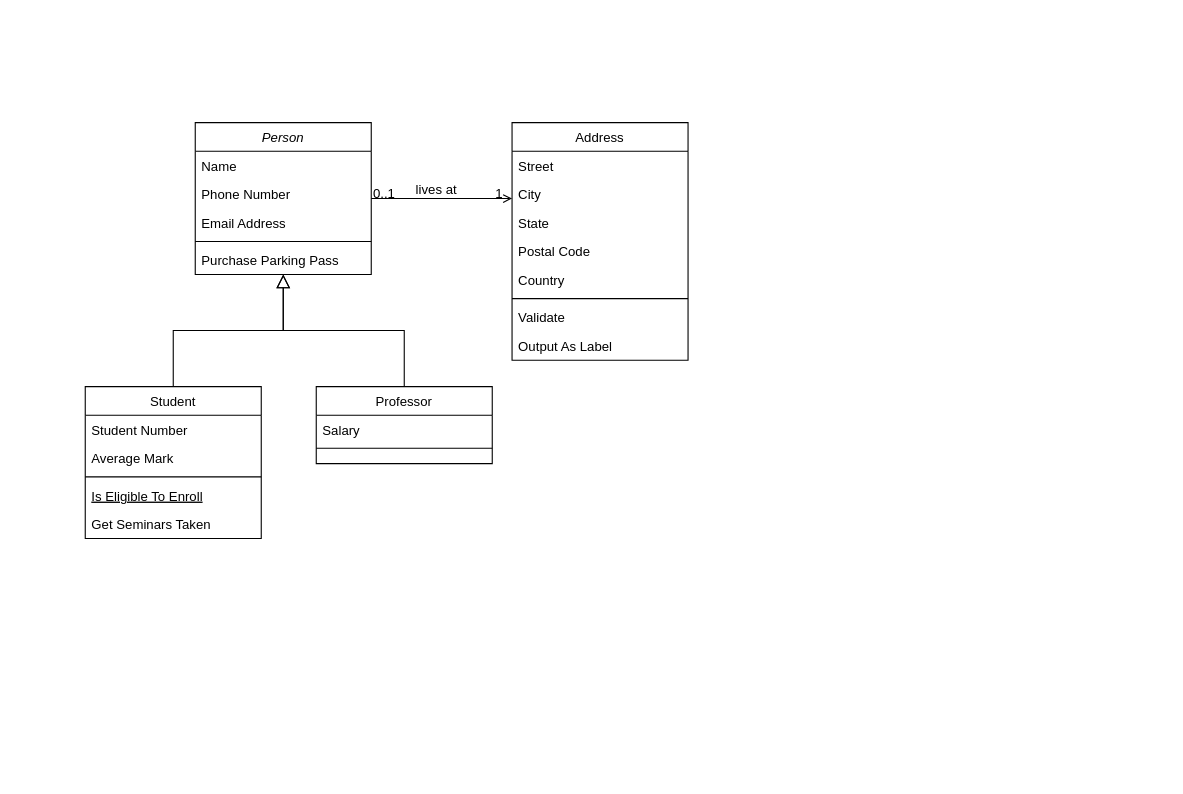
engelInes/University-Projects keeps this draw.io diagram as 4th Semester/Software Engineering/Untitled Diagram.drawio. Above is the earlier version. Source tidied: cells renumbered, new cells numbered last; positions are measured from the earlier drawing's top-left corner, leaving out a move shared by most shapes. Both pictures are drawn from the tidied source at 110%, with x=0, y=0 at pixel (85, 122).
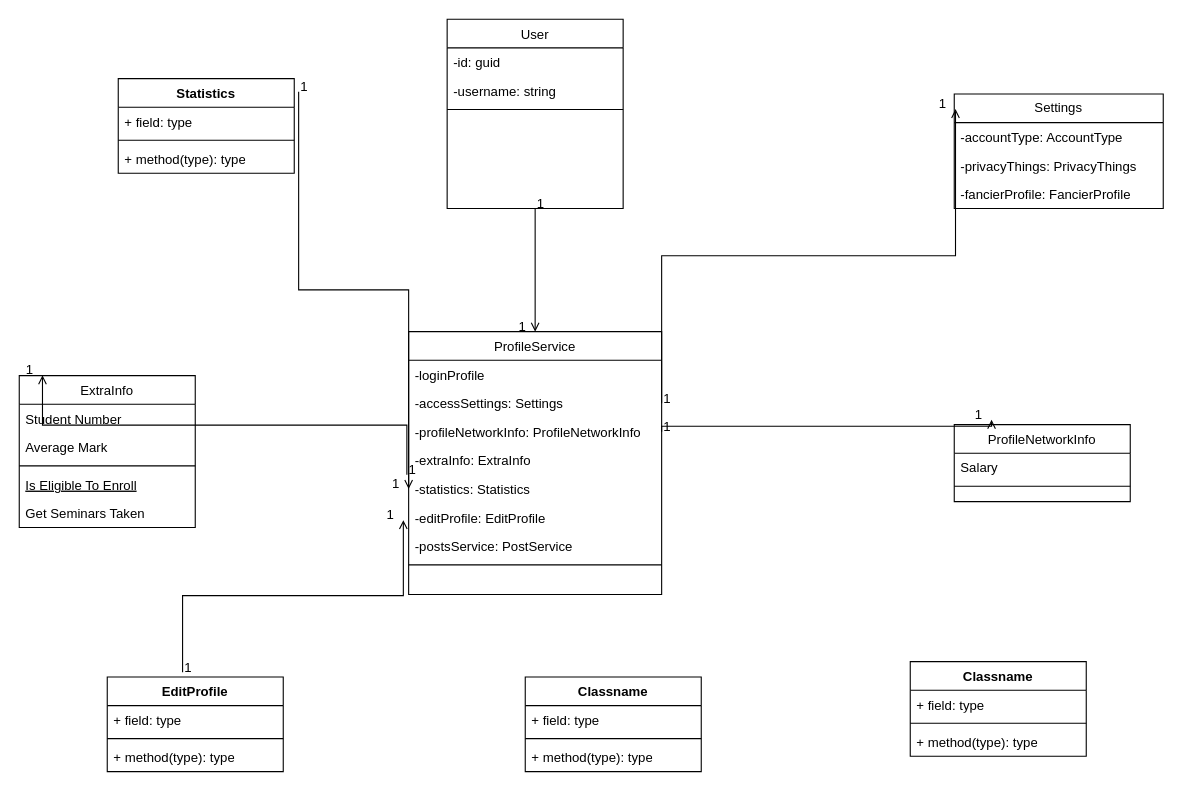
The same page after the edit.

The change refers to these unchanged cells:
```xml
<mxCell id="28" style="endArrow=open;shadow=0;strokeWidth=1;rounded=0;curved=0;endFill=1;edgeStyle=elbowEdgeStyle;elbow=vertical;" parent="1" edge="1" source="2" target="19">
  <mxGeometry x="0.5" y="41" relative="1" as="geometry">
    <mxPoint x="-40" y="32" as="offset" />
  </mxGeometry>
</mxCell>
```

Change to the diagram source:
```diff
@@
-    <mxCell id="2" value="Person" style="swimlane;fontStyle=2;align=center;verticalAlign=top;horizontal=1;startSize=26;rounded=0;shadow=0;strokeWidth=1;" parent="1" vertex="1">
-      <mxGeometry x="100" width="160" height="138" as="geometry" />
+    <mxCell id="2" value="User" style="swimlane;fontStyle=0;align=center;verticalAlign=top;horizontal=1;startSize=26;rounded=0;shadow=0;strokeWidth=1;" parent="1" vertex="1">
+      <mxGeometry x="329" y="-94" width="160" height="172" as="geometry" />
     </mxCell>
-    <mxCell id="3" value="Name" style="text;align=left;verticalAlign=top;spacingLeft=4;spacingRight=4;overflow=hidden;" parent="2" vertex="1">
+    <mxCell id="3" value="-id: guid" style="text;align=left;verticalAlign=top;spacingLeft=4;spacingRight=4;overflow=hidden;" parent="2" vertex="1">
       <mxGeometry y="26" width="160" height="26" as="geometry" />
     </mxCell>
-    <mxCell id="4" value="Phone Number" style="text;align=left;verticalAlign=top;spacingLeft=4;spacingRight=4;overflow=hidden;rounded=0;shadow=0;html=0;" parent="2" vertex="1">
+    <mxCell id="4" value="-username: string" style="text;align=left;verticalAlign=top;spacingLeft=4;spacingRight=4;overflow=hidden;rounded=0;shadow=0;html=0;" parent="2" vertex="1">
       <mxGeometry y="52" width="160" height="26" as="geometry" />
     </mxCell>
-    <mxCell id="5" value="Email Address" style="text;align=left;verticalAlign=top;spacingLeft=4;spacingRight=4;overflow=hidden;rounded=0;shadow=0;html=0;" parent="2" vertex="1">
-      <mxGeometry y="78" width="160" height="26" as="geometry" />
-    </mxCell>
     <mxCell id="6" style="line;html=1;strokeWidth=1;align=left;verticalAlign=middle;spacingTop=-1;spacingLeft=3;spacingRight=3;labelPosition=right;" parent="2" vertex="1">
-      <mxGeometry y="104" width="160" height="8" as="geometry" />
+      <mxGeometry y="78" width="160" height="8" as="geometry" />
     </mxCell>
-    <mxCell id="7" value="Purchase Parking Pass" style="text;align=left;verticalAlign=top;spacingLeft=4;spacingRight=4;overflow=hidden;" parent="2" vertex="1">
-      <mxGeometry y="112" width="160" height="26" as="geometry" />
-    </mxCell>
-    <mxCell id="8" value="Student" style="swimlane;fontStyle=0;align=center;verticalAlign=top;horizontal=1;startSize=26;rounded=0;shadow=0;strokeWidth=1;" parent="1" vertex="1">
-      <mxGeometry y="240" width="160" height="138" as="geometry" />
+    <mxCell id="8" value="ExtraInfo&#10;" style="swimlane;fontStyle=0;align=center;verticalAlign=top;horizontal=1;startSize=26;rounded=0;shadow=0;strokeWidth=1;" parent="1" vertex="1">
+      <mxGeometry x="-60" y="230" width="160" height="138" as="geometry" />
     </mxCell>
@@
-    <mxCell id="14" style="endArrow=block;endSize=10;endFill=0;shadow=0;strokeWidth=1;rounded=0;curved=0;edgeStyle=elbowEdgeStyle;elbow=vertical;" parent="1" edge="1" source="8" target="2">
-      <mxGeometry relative="1" as="geometry" />
-    </mxCell>
-    <mxCell id="15" value="Professor" style="swimlane;fontStyle=0;align=center;verticalAlign=top;horizontal=1;startSize=26;rounded=0;shadow=0;strokeWidth=1;" parent="1" vertex="1">
-      <mxGeometry x="210" y="240" width="160" height="70" as="geometry" />
+    <mxCell id="15" value="ProfileNetworkInfo" style="swimlane;fontStyle=0;align=center;verticalAlign=top;horizontal=1;startSize=26;rounded=0;shadow=0;strokeWidth=1;" parent="1" vertex="1">
+      <mxGeometry x="790" y="274.5" width="160" height="70" as="geometry" />
     </mxCell>
@@
-    <mxCell id="18" style="endArrow=block;endSize=10;endFill=0;shadow=0;strokeWidth=1;rounded=0;curved=0;edgeStyle=elbowEdgeStyle;elbow=vertical;" parent="1" edge="1" source="15" target="2">
-      <mxGeometry relative="1" as="geometry" />
-    </mxCell>
-    <mxCell id="19" value="Address" style="swimlane;fontStyle=0;align=center;verticalAlign=top;horizontal=1;startSize=26;rounded=0;shadow=0;strokeWidth=1;" parent="1" vertex="1">
-      <mxGeometry x="388" width="160" height="216" as="geometry" />
+    <mxCell id="19" value="ProfileService" style="swimlane;fontStyle=0;align=center;verticalAlign=top;horizontal=1;startSize=26;rounded=0;shadow=0;strokeWidth=1;" parent="1" vertex="1">
+      <mxGeometry x="294" y="190" width="230" height="239" as="geometry" />
     </mxCell>
-    <mxCell id="20" value="Street" style="text;align=left;verticalAlign=top;spacingLeft=4;spacingRight=4;overflow=hidden;" parent="19" vertex="1">
-      <mxGeometry y="26" width="160" height="26" as="geometry" />
-    </mxCell>
+    <mxCell id="23" value="-loginProfile" style="text;align=left;verticalAlign=top;spacingLeft=4;spacingRight=4;overflow=hidden;rounded=0;shadow=0;html=0;" parent="19" vertex="1">
+      <mxGeometry y="26" width="230" height="26" as="geometry" />
+    </mxCell>
+    <mxCell id="22" value="-accessSettings: Settings" style="text;align=left;verticalAlign=top;spacingLeft=4;spacingRight=4;overflow=hidden;points=[[0,0.5],[1,0.5]];portConstraint=eastwest;rounded=0;shadow=0;html=0;" parent="19" vertex="1">
+      <mxGeometry y="52" width="230" height="26" as="geometry" />
+    </mxCell>
-    <mxCell id="21" value="City" style="text;align=left;verticalAlign=top;spacingLeft=4;spacingRight=4;overflow=hidden;points=[[0,0.5],[1,0.5]];portConstraint=eastwest;rounded=0;shadow=0;html=0;" parent="19" vertex="1">
-      <mxGeometry y="52" width="160" height="26" as="geometry" />
+    <mxCell id="21" value="-profileNetworkInfo: ProfileNetworkInfo" style="text;align=left;verticalAlign=top;spacingLeft=4;spacingRight=4;overflow=hidden;points=[[0,0.5],[1,0.5]];portConstraint=eastwest;rounded=0;shadow=0;html=0;" parent="19" vertex="1">
+      <mxGeometry y="78" width="230" height="26" as="geometry" />
     </mxCell>
-    <mxCell id="22" value="State" style="text;align=left;verticalAlign=top;spacingLeft=4;spacingRight=4;overflow=hidden;points=[[0,0.5],[1,0.5]];portConstraint=eastwest;rounded=0;shadow=0;html=0;" parent="19" vertex="1">
-      <mxGeometry y="78" width="160" height="26" as="geometry" />
-    </mxCell>
-    <mxCell id="23" value="Postal Code" style="text;align=left;verticalAlign=top;spacingLeft=4;spacingRight=4;overflow=hidden;rounded=0;shadow=0;html=0;" parent="19" vertex="1">
-      <mxGeometry y="104" width="160" height="26" as="geometry" />
-    </mxCell>
-    <mxCell id="24" value="Country" style="text;align=left;verticalAlign=top;spacingLeft=4;spacingRight=4;overflow=hidden;rounded=0;shadow=0;html=0;" parent="19" vertex="1">
-      <mxGeometry y="130" width="160" height="26" as="geometry" />
-    </mxCell>
+    <mxCell id="32" value="-extraInfo: ExtraInfo" style="text;strokeColor=none;fillColor=none;align=left;verticalAlign=top;spacingLeft=4;spacingRight=4;overflow=hidden;points=[[0,0.5],[1,0.5]];portConstraint=eastwest;whiteSpace=wrap;html=1;" parent="19" vertex="1">
+      <mxGeometry y="104" width="230" height="26" as="geometry" />
+    </mxCell>
+    <mxCell id="33" value="-statistics: Statistics" style="text;strokeColor=none;fillColor=none;align=left;verticalAlign=top;spacingLeft=4;spacingRight=4;overflow=hidden;points=[[0,0.5],[1,0.5]];portConstraint=eastwest;whiteSpace=wrap;html=1;" parent="19" vertex="1">
+      <mxGeometry y="130" width="230" height="26" as="geometry" />
+    </mxCell>
+    <mxCell id="34" value="-editProfile: EditProfile" style="text;strokeColor=none;fillColor=none;align=left;verticalAlign=top;spacingLeft=4;spacingRight=4;overflow=hidden;points=[[0,0.5],[1,0.5]];portConstraint=eastwest;whiteSpace=wrap;html=1;" parent="19" vertex="1">
+      <mxGeometry y="156" width="230" height="26" as="geometry" />
+    </mxCell>
+    <mxCell id="35" value="-postsService: PostService" style="text;strokeColor=none;fillColor=none;align=left;verticalAlign=top;spacingLeft=4;spacingRight=4;overflow=hidden;whiteSpace=wrap;html=1;" parent="19" vertex="1">
+      <mxGeometry y="182" width="230" height="26" as="geometry" />
+    </mxCell>
     <mxCell id="25" style="line;html=1;strokeWidth=1;align=left;verticalAlign=middle;spacingTop=-1;spacingLeft=3;spacingRight=3;labelPosition=right;" parent="19" vertex="1">
-      <mxGeometry y="156" width="160" height="8" as="geometry" />
+      <mxGeometry y="208" width="230" height="8" as="geometry" />
     </mxCell>
-    <mxCell id="26" value="Validate" style="text;align=left;verticalAlign=top;spacingLeft=4;spacingRight=4;overflow=hidden;" parent="19" vertex="1">
-      <mxGeometry y="164" width="160" height="26" as="geometry" />
-    </mxCell>
-    <mxCell id="27" value="Output As Label" style="text;align=left;verticalAlign=top;spacingLeft=4;spacingRight=4;overflow=hidden;" parent="19" vertex="1">
-      <mxGeometry y="190" width="160" height="26" as="geometry" />
-    </mxCell>
@@
-    <mxCell id="29" value="0..1" style="align=left;verticalAlign=bottom;labelBackgroundColor=none;fontSize=12;" parent="28" vertex="1">
+    <mxCell id="29" value="1" style="align=left;verticalAlign=bottom;labelBackgroundColor=none;fontSize=12;" parent="28" vertex="1">
       <mxGeometry x="-1" relative="1" as="geometry">
         <mxPoint y="4" as="offset" />
       </mxGeometry>
     </mxCell>
@@
-    <mxCell id="31" value="lives at" style="text;html=1;align=center;verticalAlign=middle;labelBackgroundColor=none;rounded=0;shadow=0;strokeWidth=1;fontSize=12;" parent="28" vertex="1">
-      <mxGeometry x="0.5" y="49" relative="1" as="geometry">
-        <mxPoint x="-38" y="40" as="offset" />
-      </mxGeometry>
-    </mxCell>
+    <mxCell id="36" value="Settings" style="swimlane;fontStyle=0;horizontal=1;startSize=26;fillColor=none;whiteSpace=wrap;html=1;" parent="1" vertex="1">
+      <mxGeometry x="790" y="-26" width="190" height="104" as="geometry" />
+    </mxCell>
+    <mxCell id="37" value="-accountType: AccountType" style="text;strokeColor=none;fillColor=none;align=left;verticalAlign=top;spacingLeft=4;spacingRight=4;overflow=hidden;whiteSpace=wrap;html=1;" parent="36" vertex="1">
+      <mxGeometry y="26" width="190" height="26" as="geometry" />
+    </mxCell>
+    <mxCell id="38" value="-privacyThings: PrivacyThings" style="text;strokeColor=none;fillColor=none;align=left;verticalAlign=top;spacingLeft=4;spacingRight=4;overflow=hidden;whiteSpace=wrap;html=1;" parent="36" vertex="1">
+      <mxGeometry y="52" width="190" height="26" as="geometry" />
+    </mxCell>
+    <mxCell id="39" value="-fancierProfile: FancierProfile" style="text;strokeColor=none;fillColor=none;align=left;verticalAlign=top;spacingLeft=4;spacingRight=4;overflow=hidden;whiteSpace=wrap;html=1;" parent="36" vertex="1">
+      <mxGeometry y="78" width="190" height="26" as="geometry" />
+    </mxCell>
+    <mxCell id="40" style="endArrow=open;shadow=0;strokeWidth=1;rounded=0;curved=0;endFill=1;edgeStyle=elbowEdgeStyle;elbow=vertical;exitX=1;exitY=0.5;exitDx=0;exitDy=0;entryX=0.006;entryY=0.131;entryDx=0;entryDy=0;entryPerimeter=0;" parent="1" edge="1" source="22" target="36">
+      <mxGeometry x="0.5" y="41" relative="1" as="geometry">
+        <mxPoint x="-40" y="32" as="offset" />
+      </mxGeometry>
+    </mxCell>
+    <mxCell id="41" value="1" style="align=left;verticalAlign=bottom;labelBackgroundColor=none;fontSize=12;" parent="40" vertex="1">
+      <mxGeometry x="-1" relative="1" as="geometry">
+        <mxPoint y="4" as="offset" />
+      </mxGeometry>
+    </mxCell>
+    <mxCell id="42" value="1" style="align=right;verticalAlign=bottom;labelBackgroundColor=none;fontSize=12;" parent="40" vertex="1">
+      <mxGeometry x="1" relative="1" as="geometry">
+        <mxPoint x="-7" y="4" as="offset" />
+      </mxGeometry>
+    </mxCell>
+    <mxCell id="43" style="endArrow=open;shadow=0;strokeWidth=1;rounded=0;curved=0;endFill=1;edgeStyle=elbowEdgeStyle;elbow=vertical;exitX=1;exitY=0.5;exitDx=0;exitDy=0;entryX=0.212;entryY=-0.062;entryDx=0;entryDy=0;entryPerimeter=0;" parent="1" edge="1" source="21" target="15">
+      <mxGeometry x="0.5" y="41" relative="1" as="geometry">
+        <mxPoint x="-40" y="32" as="offset" />
+      </mxGeometry>
+    </mxCell>
+    <mxCell id="44" value="1" style="align=left;verticalAlign=bottom;labelBackgroundColor=none;fontSize=12;" parent="43" vertex="1">
+      <mxGeometry x="-1" relative="1" as="geometry">
+        <mxPoint y="4" as="offset" />
+      </mxGeometry>
+    </mxCell>
+    <mxCell id="45" value="1" style="align=right;verticalAlign=bottom;labelBackgroundColor=none;fontSize=12;" parent="43" vertex="1">
+      <mxGeometry x="1" relative="1" as="geometry">
+        <mxPoint x="-7" y="4" as="offset" />
+      </mxGeometry>
+    </mxCell>
+    <mxCell id="46" style="endArrow=open;shadow=0;strokeWidth=1;rounded=0;curved=0;endFill=1;edgeStyle=elbowEdgeStyle;elbow=vertical;exitX=-0.007;exitY=1;exitDx=0;exitDy=0;entryX=0.132;entryY=-0.002;entryDx=0;entryDy=0;entryPerimeter=0;exitPerimeter=0;" parent="1" edge="1" source="32" target="8">
+      <mxGeometry x="0.5" y="41" relative="1" as="geometry">
+        <mxPoint x="-40" y="32" as="offset" />
+      </mxGeometry>
+    </mxCell>
+    <mxCell id="47" value="1" style="align=left;verticalAlign=bottom;labelBackgroundColor=none;fontSize=12;" parent="46" vertex="1">
+      <mxGeometry x="-1" relative="1" as="geometry">
+        <mxPoint y="4" as="offset" />
+      </mxGeometry>
+    </mxCell>
+    <mxCell id="48" value="1" style="align=right;verticalAlign=bottom;labelBackgroundColor=none;fontSize=12;" parent="46" vertex="1">
+      <mxGeometry x="1" relative="1" as="geometry">
+        <mxPoint x="-7" y="4" as="offset" />
+      </mxGeometry>
+    </mxCell>
+    <mxCell id="49" value="EditProfile" style="swimlane;fontStyle=1;align=center;verticalAlign=top;horizontal=1;startSize=26;whiteSpace=wrap;html=1;" parent="1" vertex="1">
+      <mxGeometry x="20" y="504" width="160" height="86" as="geometry" />
+    </mxCell>
+    <mxCell id="50" value="+ field: type" style="text;strokeColor=none;fillColor=none;align=left;verticalAlign=top;spacingLeft=4;spacingRight=4;overflow=hidden;whiteSpace=wrap;html=1;" parent="49" vertex="1">
+      <mxGeometry y="26" width="160" height="26" as="geometry" />
+    </mxCell>
+    <mxCell id="51" style="line;strokeWidth=1;fillColor=none;align=left;verticalAlign=middle;spacingTop=-1;spacingLeft=3;spacingRight=3;labelPosition=right;strokeColor=inherit;" parent="49" vertex="1">
+      <mxGeometry y="52" width="160" height="8" as="geometry" />
+    </mxCell>
+    <mxCell id="52" value="+ method(type): type" style="text;strokeColor=none;fillColor=none;align=left;verticalAlign=top;spacingLeft=4;spacingRight=4;overflow=hidden;whiteSpace=wrap;html=1;" parent="49" vertex="1">
+      <mxGeometry y="60" width="160" height="26" as="geometry" />
+    </mxCell>
+    <mxCell id="53" value="Classname" style="swimlane;fontStyle=1;align=center;verticalAlign=top;horizontal=1;startSize=26;whiteSpace=wrap;html=1;" parent="1" vertex="1">
+      <mxGeometry x="400" y="504" width="160" height="86" as="geometry" />
+    </mxCell>
+    <mxCell id="54" value="+ field: type" style="text;strokeColor=none;fillColor=none;align=left;verticalAlign=top;spacingLeft=4;spacingRight=4;overflow=hidden;whiteSpace=wrap;html=1;" parent="53" vertex="1">
+      <mxGeometry y="26" width="160" height="26" as="geometry" />
+    </mxCell>
+    <mxCell id="55" style="line;strokeWidth=1;fillColor=none;align=left;verticalAlign=middle;spacingTop=-1;spacingLeft=3;spacingRight=3;labelPosition=right;strokeColor=inherit;" parent="53" vertex="1">
+      <mxGeometry y="52" width="160" height="8" as="geometry" />
+    </mxCell>
+    <mxCell id="56" value="+ method(type): type" style="text;strokeColor=none;fillColor=none;align=left;verticalAlign=top;spacingLeft=4;spacingRight=4;overflow=hidden;whiteSpace=wrap;html=1;" parent="53" vertex="1">
+      <mxGeometry y="60" width="160" height="26" as="geometry" />
+    </mxCell>
+    <mxCell id="57" value="Classname" style="swimlane;fontStyle=1;align=center;verticalAlign=top;horizontal=1;startSize=26;whiteSpace=wrap;html=1;" parent="1" vertex="1">
+      <mxGeometry x="750" y="490" width="160" height="86" as="geometry" />
+    </mxCell>
+    <mxCell id="58" value="+ field: type" style="text;strokeColor=none;fillColor=none;align=left;verticalAlign=top;spacingLeft=4;spacingRight=4;overflow=hidden;whiteSpace=wrap;html=1;" parent="57" vertex="1">
+      <mxGeometry y="26" width="160" height="26" as="geometry" />
+    </mxCell>
+    <mxCell id="59" style="line;strokeWidth=1;fillColor=none;align=left;verticalAlign=middle;spacingTop=-1;spacingLeft=3;spacingRight=3;labelPosition=right;strokeColor=inherit;" parent="57" vertex="1">
+      <mxGeometry y="52" width="160" height="8" as="geometry" />
+    </mxCell>
+    <mxCell id="60" value="+ method(type): type" style="text;strokeColor=none;fillColor=none;align=left;verticalAlign=top;spacingLeft=4;spacingRight=4;overflow=hidden;whiteSpace=wrap;html=1;" parent="57" vertex="1">
+      <mxGeometry y="60" width="160" height="26" as="geometry" />
+    </mxCell>
+    <mxCell id="61" value="Statistics&lt;div&gt;&lt;br&gt;&lt;/div&gt;" style="swimlane;fontStyle=1;align=center;verticalAlign=top;horizontal=1;startSize=26;whiteSpace=wrap;html=1;" parent="1" vertex="1">
+      <mxGeometry x="30" y="-40" width="160" height="86" as="geometry" />
+    </mxCell>
+    <mxCell id="62" value="+ field: type" style="text;strokeColor=none;fillColor=none;align=left;verticalAlign=top;spacingLeft=4;spacingRight=4;overflow=hidden;whiteSpace=wrap;html=1;" parent="61" vertex="1">
+      <mxGeometry y="26" width="160" height="26" as="geometry" />
+    </mxCell>
+    <mxCell id="63" style="line;strokeWidth=1;fillColor=none;align=left;verticalAlign=middle;spacingTop=-1;spacingLeft=3;spacingRight=3;labelPosition=right;strokeColor=inherit;" parent="61" vertex="1">
+      <mxGeometry y="52" width="160" height="8" as="geometry" />
+    </mxCell>
+    <mxCell id="64" value="+ method(type): type" style="text;strokeColor=none;fillColor=none;align=left;verticalAlign=top;spacingLeft=4;spacingRight=4;overflow=hidden;whiteSpace=wrap;html=1;" parent="61" vertex="1">
+      <mxGeometry y="60" width="160" height="26" as="geometry" />
+    </mxCell>
+    <mxCell id="65" style="endArrow=open;shadow=0;strokeWidth=1;rounded=0;curved=0;endFill=1;edgeStyle=elbowEdgeStyle;elbow=vertical;exitX=1.025;exitY=0.138;exitDx=0;exitDy=0;entryX=0;entryY=0.5;entryDx=0;entryDy=0;exitPerimeter=0;" parent="1" edge="1" source="61" target="33">
+      <mxGeometry x="0.5" y="41" relative="1" as="geometry">
+        <mxPoint x="-40" y="32" as="offset" />
+      </mxGeometry>
+    </mxCell>
+    <mxCell id="66" value="1" style="align=left;verticalAlign=bottom;labelBackgroundColor=none;fontSize=12;" parent="65" vertex="1">
+      <mxGeometry x="-1" relative="1" as="geometry">
+        <mxPoint y="4" as="offset" />
+      </mxGeometry>
+    </mxCell>
+    <mxCell id="67" value="1" style="align=right;verticalAlign=bottom;labelBackgroundColor=none;fontSize=12;" parent="65" vertex="1">
+      <mxGeometry x="1" relative="1" as="geometry">
+        <mxPoint x="-7" y="4" as="offset" />
+      </mxGeometry>
+    </mxCell>
+    <mxCell id="68" style="endArrow=open;shadow=0;strokeWidth=1;rounded=0;curved=0;endFill=1;edgeStyle=elbowEdgeStyle;elbow=vertical;exitX=0.428;exitY=-0.052;exitDx=0;exitDy=0;entryX=-0.021;entryY=0.592;entryDx=0;entryDy=0;entryPerimeter=0;exitPerimeter=0;" parent="1" edge="1" source="49" target="34">
+      <mxGeometry x="0.5" y="41" relative="1" as="geometry">
+        <mxPoint x="-40" y="32" as="offset" />
+      </mxGeometry>
+    </mxCell>
+    <mxCell id="69" value="1" style="align=left;verticalAlign=bottom;labelBackgroundColor=none;fontSize=12;" parent="68" vertex="1">
+      <mxGeometry x="-1" relative="1" as="geometry">
+        <mxPoint y="4" as="offset" />
+      </mxGeometry>
+    </mxCell>
+    <mxCell id="70" value="1" style="align=right;verticalAlign=bottom;labelBackgroundColor=none;fontSize=12;" parent="68" vertex="1">
+      <mxGeometry x="1" relative="1" as="geometry">
+        <mxPoint x="-7" y="4" as="offset" />
+      </mxGeometry>
+    </mxCell>
```
